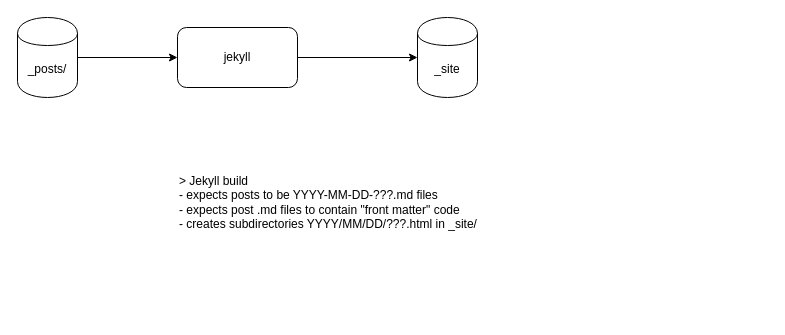
Above: page "Jekyll Posts" (1 of 20) of Architecture-Scrivener-to-Jekyll.drawio in guitarvydas/scrivener-to-jekyll (draw.io), before the change. Source tidied: cells renumbered, new cells numbered last; positions are measured from the earlier drawing's top-left corner, leaving out a move shared by most shapes. Both pictures are drawn from the tidied source at 100%, with x=0, y=0 at pixel (17, 17).
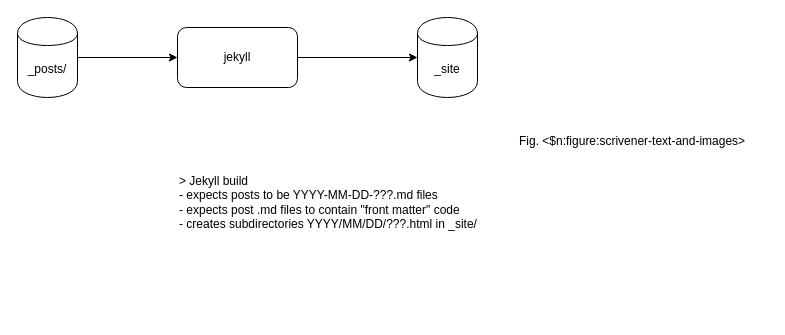
Above is the later version.

Diff of the diagram source:
```diff
@@
 <mxGraphModel>
   <root>
     <mxCell id="0" />
     <mxCell id="1" parent="0" />
     <mxCell id="2" style="edgeStyle=orthogonalEdgeStyle;rounded=0;jettySize=auto;html=1;exitX=1;exitY=0.5;exitDx=0;exitDy=0;entryX=0;entryY=0.5;entryDx=0;entryDy=0;" parent="1" edge="1" source="3" target="5">
       <mxGeometry relative="1" as="geometry" />
     </mxCell>
     <mxCell id="3" value="_posts/" style="shape=cylinder;whiteSpace=wrap;html=1;boundedLbl=1;backgroundOutline=1;" parent="1" vertex="1">
       <mxGeometry width="60" height="80" as="geometry" />
     </mxCell>
     <mxCell id="4" style="edgeStyle=orthogonalEdgeStyle;rounded=0;jettySize=auto;html=1;exitX=1;exitY=0.5;exitDx=0;exitDy=0;entryX=0;entryY=0.5;entryDx=0;entryDy=0;" parent="1" edge="1" source="5" target="6">
       <mxGeometry relative="1" as="geometry" />
     </mxCell>
     <mxCell id="5" value="jekyll" style="rounded=1;whiteSpace=wrap;html=1;" parent="1" vertex="1">
       <mxGeometry x="160" y="10" width="120" height="60" as="geometry" />
     </mxCell>
     <mxCell id="6" value="_site" style="shape=cylinder;whiteSpace=wrap;html=1;boundedLbl=1;backgroundOutline=1;" parent="1" vertex="1">
       <mxGeometry x="400" width="60" height="80" as="geometry" />
     </mxCell>
     <mxCell id="7" value="&amp;gt; Jekyll build&lt;br&gt;- expects posts to be YYYY-MM-DD-???.md files&lt;br&gt;- expects post .md files to contain &quot;front matter&quot; code&lt;br&gt;- creates subdirectories YYYY/MM/DD/???.html in _site/" style="text;html=1;strokeColor=none;fillColor=none;align=left;verticalAlign=top;whiteSpace=wrap;rounded=0;" parent="1" vertex="1">
       <mxGeometry x="160" y="150" width="330" height="150" as="geometry" />
     </mxCell>
+    <mxCell id="8" value="Fig. &lt;$n:figure:scrivener-text-and-images&gt;" style="text;html=1;" parent="1" vertex="1">
+      <mxGeometry x="500" y="110" width="250" height="30" as="geometry" />
+    </mxCell>
   </root>
 </mxGraphModel>
```
